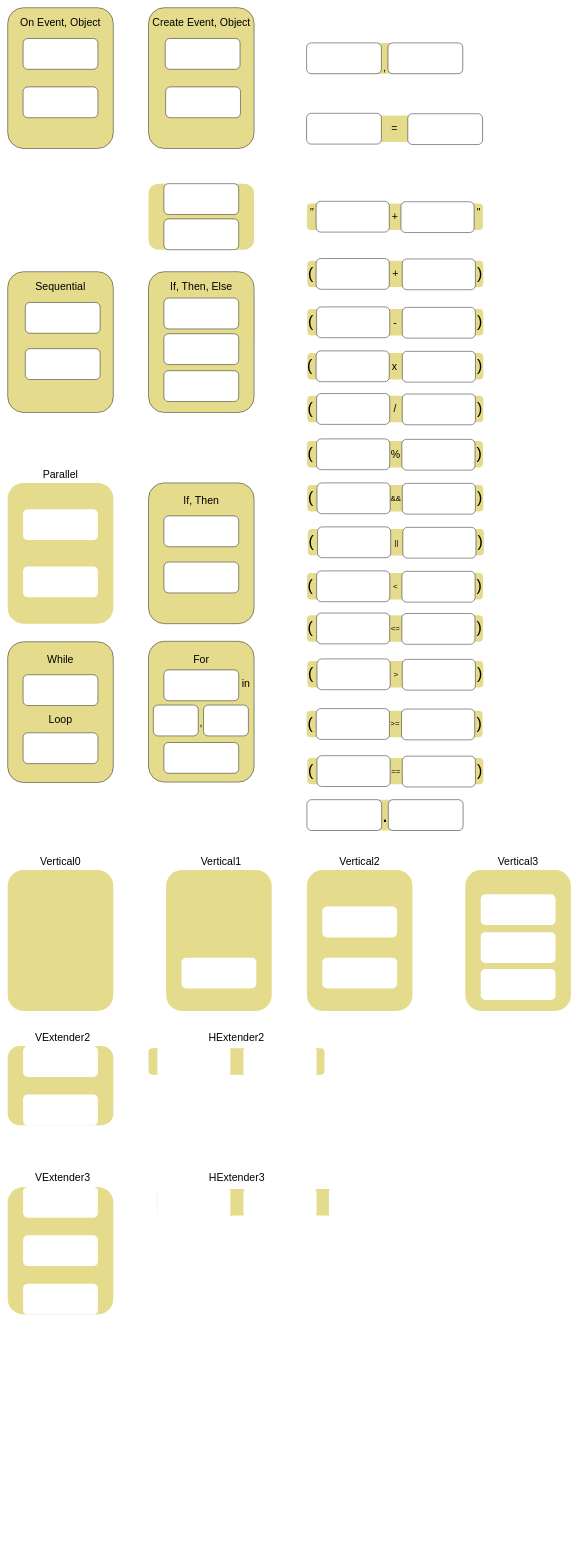
This is GraphBlocks.drawio from CrayonScript/crayonscript-intellij-plugin, a draw.io file, before an edit. Source tidied: cells renumbered, new cells numbered last; positions are measured from the earlier drawing's top-left corner, leaving out a move shared by most shapes. Both pictures are drawn from the tidied source at 44%, with x=0, y=0 at pixel (7, 7).
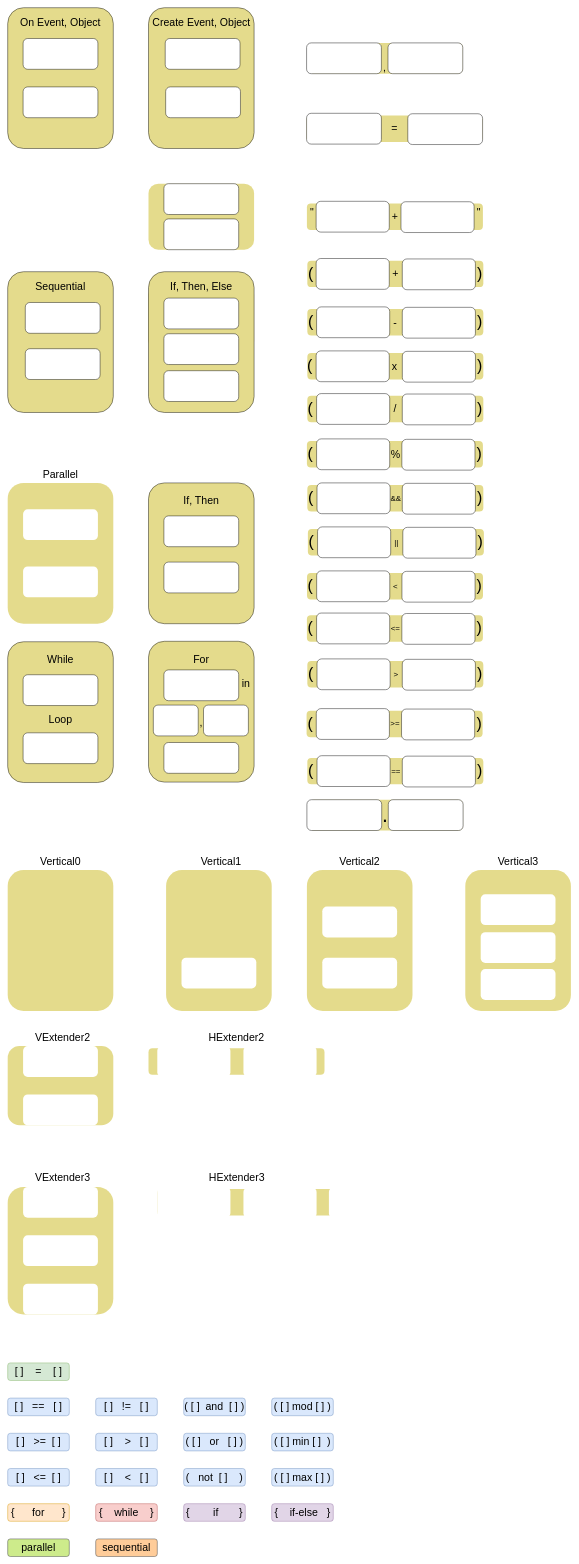
The same page after the edit.

Change to the diagram source:
```diff
@@
+    <mxCell id="196" value="[ ]&amp;nbsp; &amp;nbsp; =&amp;nbsp; &amp;nbsp; [ ]" style="rounded=1;whiteSpace=wrap;html=1;fillColor=#d5e8d4;fontSize=24;strokeColor=#82b366;" parent="1" vertex="1">
+      <mxGeometry y="3080" width="140" height="40" as="geometry" />
+    </mxCell>
+    <mxCell id="197" value="[ ]&amp;nbsp; &amp;nbsp;==&amp;nbsp; &amp;nbsp;[ ]" style="rounded=1;whiteSpace=wrap;html=1;fillColor=#dae8fc;fontSize=24;strokeColor=#6c8ebf;" parent="1" vertex="1">
+      <mxGeometry y="3160" width="140" height="40" as="geometry" />
+    </mxCell>
+    <mxCell id="198" value="[ ]&amp;nbsp; &amp;nbsp;&amp;gt;=&amp;nbsp; [ ]" style="rounded=1;whiteSpace=wrap;html=1;fillColor=#dae8fc;fontSize=24;strokeColor=#6c8ebf;" parent="1" vertex="1">
+      <mxGeometry y="3240" width="140" height="40" as="geometry" />
+    </mxCell>
+    <mxCell id="199" value="[ ]&amp;nbsp; &amp;nbsp;&amp;lt;=&amp;nbsp; [ ]" style="rounded=1;whiteSpace=wrap;html=1;fillColor=#dae8fc;fontSize=24;strokeColor=#6c8ebf;" parent="1" vertex="1">
+      <mxGeometry y="3320" width="140" height="40" as="geometry" />
+    </mxCell>
+    <mxCell id="200" value="[ ]&amp;nbsp; &amp;nbsp;!=&amp;nbsp; &amp;nbsp;[ ]" style="rounded=1;whiteSpace=wrap;html=1;fillColor=#dae8fc;fontSize=24;strokeColor=#6c8ebf;" parent="1" vertex="1">
+      <mxGeometry x="200" y="3160" width="140" height="40" as="geometry" />
+    </mxCell>
+    <mxCell id="201" value="[ ]&amp;nbsp; &amp;nbsp; &amp;gt;&amp;nbsp; &amp;nbsp;[ ]" style="rounded=1;whiteSpace=wrap;html=1;fillColor=#dae8fc;fontSize=24;strokeColor=#6c8ebf;" parent="1" vertex="1">
+      <mxGeometry x="200" y="3240" width="140" height="40" as="geometry" />
+    </mxCell>
+    <mxCell id="202" value="[ ]&amp;nbsp; &amp;nbsp; &amp;lt;&amp;nbsp; &amp;nbsp;[ ]" style="rounded=1;whiteSpace=wrap;html=1;fillColor=#dae8fc;fontSize=24;strokeColor=#6c8ebf;" parent="1" vertex="1">
+      <mxGeometry x="200" y="3320" width="140" height="40" as="geometry" />
+    </mxCell>
+    <mxCell id="203" value="( [ ]&amp;nbsp; and&amp;nbsp; [ ] )" style="rounded=1;whiteSpace=wrap;html=1;fillColor=#dae8fc;fontSize=24;strokeColor=#6c8ebf;" parent="1" vertex="1">
+      <mxGeometry x="400" y="3160" width="140" height="40" as="geometry" />
+    </mxCell>
+    <mxCell id="204" value="( [ ]&amp;nbsp; &amp;nbsp;or&amp;nbsp; &amp;nbsp;[ ] )" style="rounded=1;whiteSpace=wrap;html=1;fillColor=#dae8fc;fontSize=24;strokeColor=#6c8ebf;" parent="1" vertex="1">
+      <mxGeometry x="400" y="3240" width="140" height="40" as="geometry" />
+    </mxCell>
+    <mxCell id="205" value="(&amp;nbsp; &amp;nbsp;not&amp;nbsp; [ ]&amp;nbsp; &amp;nbsp; )" style="rounded=1;whiteSpace=wrap;html=1;fillColor=#dae8fc;fontSize=24;strokeColor=#6c8ebf;" parent="1" vertex="1">
+      <mxGeometry x="400" y="3320" width="140" height="40" as="geometry" />
+    </mxCell>
+    <mxCell id="206" value="( [ ] mod [ ] )" style="rounded=1;whiteSpace=wrap;html=1;fillColor=#dae8fc;fontSize=24;strokeColor=#6c8ebf;" parent="1" vertex="1">
+      <mxGeometry x="600" y="3160" width="140" height="40" as="geometry" />
+    </mxCell>
+    <mxCell id="207" value="( [ ] min [ ]&amp;nbsp; )" style="rounded=1;whiteSpace=wrap;html=1;fillColor=#dae8fc;fontSize=24;strokeColor=#6c8ebf;" parent="1" vertex="1">
+      <mxGeometry x="600" y="3240" width="140" height="40" as="geometry" />
+    </mxCell>
+    <mxCell id="208" value="( [ ] max [ ] )" style="rounded=1;whiteSpace=wrap;html=1;fillColor=#dae8fc;fontSize=24;strokeColor=#6c8ebf;" parent="1" vertex="1">
+      <mxGeometry x="600" y="3320" width="140" height="40" as="geometry" />
+    </mxCell>
+    <mxCell id="209" value="{&amp;nbsp; &amp;nbsp; &amp;nbsp; for&amp;nbsp; &amp;nbsp; &amp;nbsp; }" style="rounded=1;whiteSpace=wrap;html=1;fillColor=#ffe6cc;fontSize=24;strokeColor=#d79b00;" parent="1" vertex="1">
+      <mxGeometry y="3400" width="140" height="40" as="geometry" />
+    </mxCell>
+    <mxCell id="210" value="{&amp;nbsp; &amp;nbsp; while&amp;nbsp; &amp;nbsp; }" style="rounded=1;whiteSpace=wrap;html=1;fillColor=#f8cecc;fontSize=24;strokeColor=#b85450;" parent="1" vertex="1">
+      <mxGeometry x="200" y="3400" width="140" height="40" as="geometry" />
+    </mxCell>
+    <mxCell id="211" value="{&amp;nbsp; &amp;nbsp; &amp;nbsp; &amp;nbsp; if&amp;nbsp; &amp;nbsp; &amp;nbsp; &amp;nbsp;}" style="rounded=1;whiteSpace=wrap;html=1;fillColor=#e1d5e7;fontSize=24;strokeColor=#9673a6;" parent="1" vertex="1">
+      <mxGeometry x="400" y="3400" width="140" height="40" as="geometry" />
+    </mxCell>
+    <mxCell id="212" value="{&amp;nbsp; &amp;nbsp; if-else&amp;nbsp; &amp;nbsp;}" style="rounded=1;whiteSpace=wrap;html=1;fillColor=#e1d5e7;fontSize=24;strokeColor=#9673a6;" parent="1" vertex="1">
+      <mxGeometry x="600" y="3400" width="140" height="40" as="geometry" />
+    </mxCell>
+    <mxCell id="213" value="parallel" style="rounded=1;whiteSpace=wrap;html=1;fillColor=#cdeb8b;fontSize=24;strokeColor=#36393d;" parent="1" vertex="1">
+      <mxGeometry y="3480" width="140" height="40" as="geometry" />
+    </mxCell>
+    <mxCell id="214" value="sequential" style="rounded=1;whiteSpace=wrap;html=1;fillColor=#ffcc99;fontSize=24;strokeColor=#36393d;" parent="1" vertex="1">
+      <mxGeometry x="200" y="3480" width="140" height="40" as="geometry" />
+    </mxCell>
```
